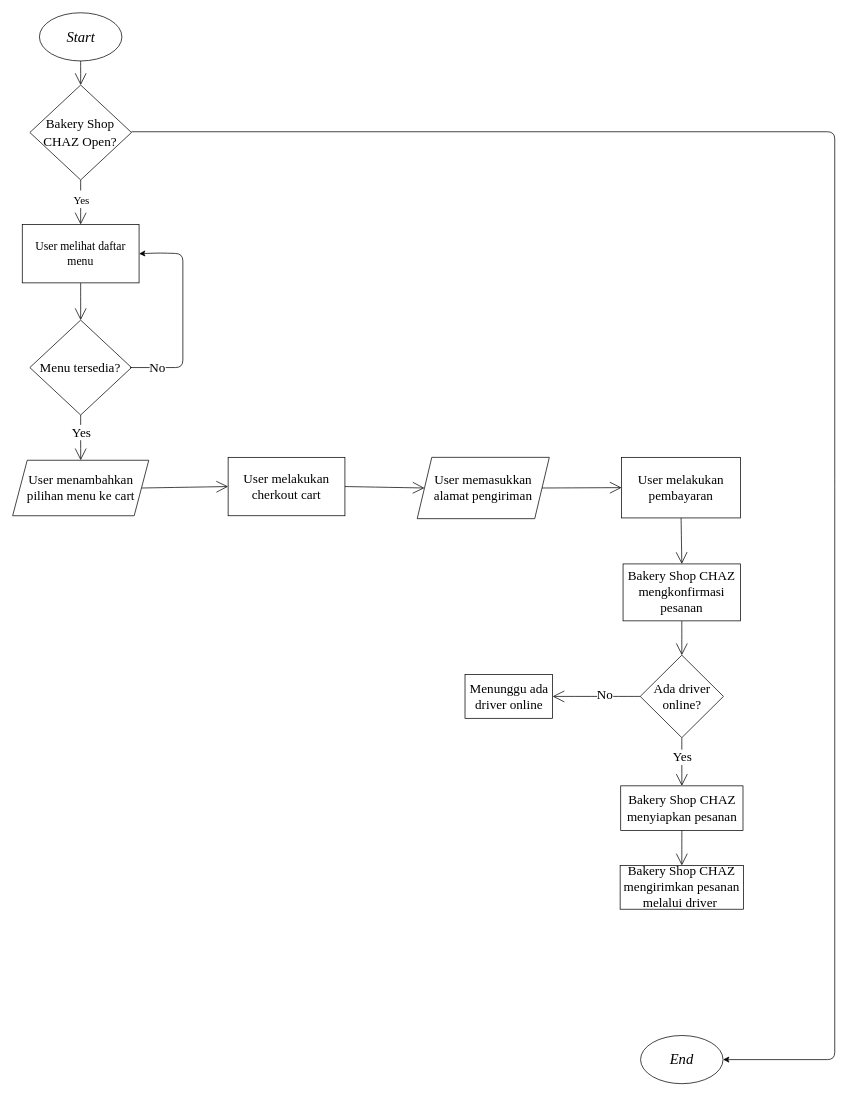
This is flowchart.drawio from cherylazalia/Cheryl_Azalia-BakeryShop, a draw.io file, before an edit. Source tidied: cells renumbered, new cells numbered last; positions are measured from the earlier drawing's top-left corner, leaving out a move shared by most shapes. Both pictures are drawn from the tidied source at 73%, with x=0, y=0 at pixel (12, 12).
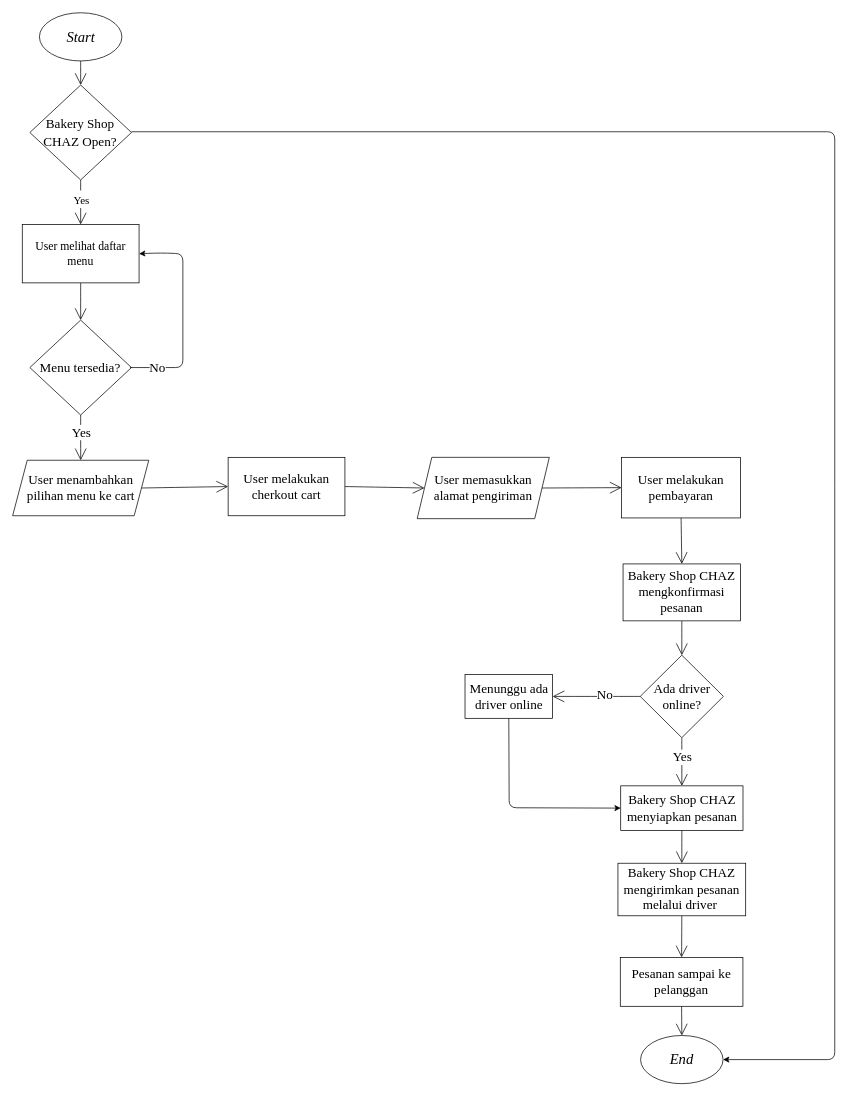
Above is the later version.

Commit message:
Flowchart Selesai

The change refers to these unchanged cells:
```xml
<mxCell id="17" value="&lt;font face=&quot;Times New Roman&quot;&gt;&lt;i&gt;End&lt;/i&gt;&lt;/font&gt;" style="ellipse;whiteSpace=wrap;html=1;sketch=0;hachureGap=4;fontFamily=Architects Daughter;fontSize=20;" parent="1" vertex="1">
  <mxGeometry x="860" y="1401" width="113" height="66" as="geometry" />
</mxCell>
<mxCell id="32" value="Bakery Shop CHAZ menyiapkan pesanan" style="whiteSpace=wrap;html=1;sketch=0;hachureGap=4;fontFamily=Times New Roman;fontSize=18;fontColor=default;strokeColor=default;fillColor=default;" parent="1" vertex="1">
  <mxGeometry x="832.8" y="1059" width="167.5" height="61" as="geometry" />
</mxCell>
<mxCell id="34" value="Menunggu ada driver online" style="whiteSpace=wrap;html=1;sketch=0;hachureGap=4;fontFamily=Times New Roman;fontSize=18;fontColor=default;strokeColor=default;fillColor=default;" parent="1" vertex="1">
  <mxGeometry x="619.5" y="906.5" width="120" height="60" as="geometry" />
</mxCell>
```

What changed in the source:
```diff
@@
+    <mxCell id="35" style="edgeStyle=none;shape=connector;curved=1;rounded=0;sketch=0;hachureGap=4;html=1;labelBackgroundColor=default;fontFamily=Times New Roman;fontSize=18;fontColor=default;endArrow=open;startSize=14;endSize=14;sourcePerimeterSpacing=8;targetPerimeterSpacing=8;strokeColor=default;exitX=0.5;exitY=1;exitDx=0;exitDy=0;entryX=0.5;entryY=0;entryDx=0;entryDy=0;" parent="1" edge="1" source="33" target="38">
+      <mxGeometry relative="1" as="geometry" />
+    </mxCell>
     <mxCell id="33" value="Bakery Shop CHAZ mengirimkan pesanan melalui driver&amp;nbsp;" style="whiteSpace=wrap;html=1;sketch=0;hachureGap=4;fontFamily=Times New Roman;fontSize=18;fontColor=default;strokeColor=default;fillColor=default;" parent="1" vertex="1">
-      <mxGeometry x="832" y="1168" width="169" height="60" as="geometry" />
+      <mxGeometry x="829" y="1165" width="175" height="72" as="geometry" />
     </mxCell>
@@
+    <mxCell id="36" style="edgeStyle=none;html=1;exitX=0.5;exitY=1;exitDx=0;exitDy=0;entryX=0;entryY=0.5;entryDx=0;entryDy=0;" parent="1" edge="1" source="34" target="32">
+      <mxGeometry relative="1" as="geometry">
+        <Array as="points">
+          <mxPoint x="680" y="1089" />
+        </Array>
+      </mxGeometry>
+    </mxCell>
+    <mxCell id="37" style="edgeStyle=none;shape=connector;curved=1;rounded=0;sketch=0;hachureGap=4;html=1;labelBackgroundColor=default;fontFamily=Times New Roman;fontSize=18;fontColor=default;endArrow=open;startSize=14;endSize=14;sourcePerimeterSpacing=8;targetPerimeterSpacing=8;strokeColor=default;exitX=0.5;exitY=1;exitDx=0;exitDy=0;entryX=0.5;entryY=0;entryDx=0;entryDy=0;" parent="1" edge="1" source="38" target="17">
+      <mxGeometry relative="1" as="geometry" />
+    </mxCell>
+    <mxCell id="38" value="Pesanan sampai ke pelanggan" style="whiteSpace=wrap;html=1;sketch=0;hachureGap=4;fontFamily=Times New Roman;fontSize=18;fontColor=default;strokeColor=default;fillColor=default;" parent="1" vertex="1">
+      <mxGeometry x="832.2" y="1294" width="168" height="67" as="geometry" />
+    </mxCell>
```
